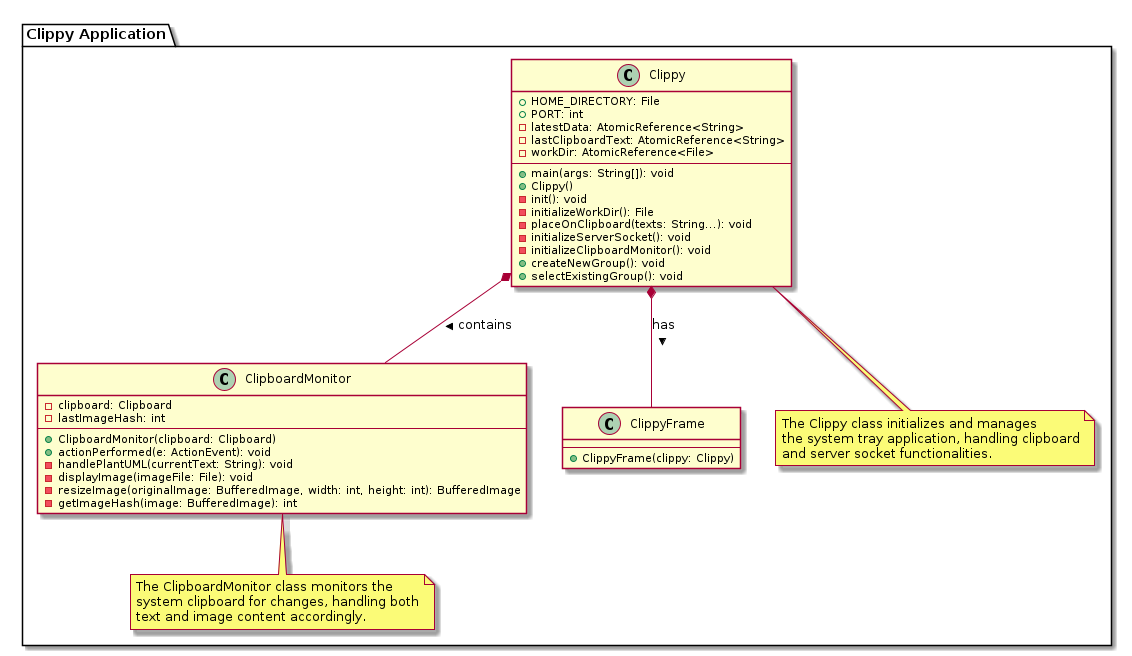
Earlier version of the PlantUML export clippy.png (Walter-Stroebel/clippy).
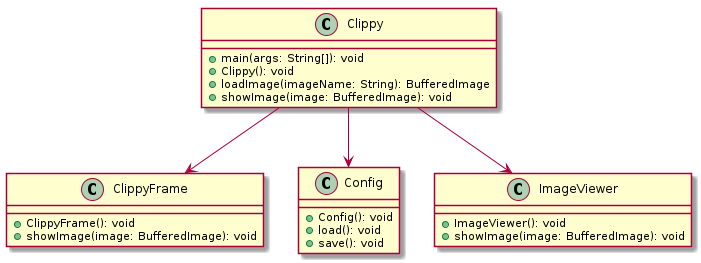
The same file after the commit.

Change to the diagram source:
```diff
@@ -1,65 +1,30 @@
 @startuml
 
-skinparam class {
-    BackgroundColor<<note>> Wheat
-    BorderColor<<note>> Wheat
+class Clippy {
+    +main(args: String[]): void
+    +Clippy(): void
+    +loadImage(imageName: String): BufferedImage
+    +showImage(image: BufferedImage): void
 }
 
-package "Clippy Application" {
-
-    class Clippy {
-        +HOME_DIRECTORY: File
-        +PORT: int
-        -latestData: AtomicReference<String>
-        -lastClipboardText: AtomicReference<String>
-        -workDir: AtomicReference<File>
-        --
-        +main(args: String[]): void
-        +Clippy()
-        -init(): void
-        -initializeWorkDir(): File
-        -placeOnClipboard(texts: String...): void
-        -initializeServerSocket(): void
-        -initializeClipboardMonitor(): void
-        +createNewGroup(): void
-        +selectExistingGroup(): void
-    }
-
-    class ClipboardMonitor {
-        -clipboard: Clipboard
-        -lastImageHash: int
-        --
-        +ClipboardMonitor(clipboard: Clipboard)
-        +actionPerformed(e: ActionEvent): void
-        -handlePlantUML(currentText: String): void
-        -displayImage(imageFile: File): void
-        -resizeImage(originalImage: BufferedImage, width: int, height: int): BufferedImage
-        -getImageHash(image: BufferedImage): int
-    }
-
-    class ClippyFrame {
-        --
-        +ClippyFrame(clippy: Clippy)
-    }
-
-    Clippy *-- ClipboardMonitor : contains >
-    Clippy *-- ClippyFrame : has >
-
-    note as N1
-    The Clippy class initializes and manages
-    the system tray application, handling clipboard
-    and server socket functionalities.
-    end note
-
-    note as N2
-    The ClipboardMonitor class monitors the
-    system clipboard for changes, handling both
-    text and image content accordingly.
-    end note
-
-    Clippy .. N1
-    ClipboardMonitor .. N2
-
+class ClippyFrame {
+    +ClippyFrame(): void
+    +showImage(image: BufferedImage): void
 }
 
+class Config {
+    +Config(): void
+    +load(): void
+    +save(): void
+}
+
+class ImageViewer {
+    +ImageViewer(): void
+    +showImage(image: BufferedImage): void
+}
+
+Clippy --> ClippyFrame
+Clippy --> Config
+Clippy --> ImageViewer
+
 @enduml
```
